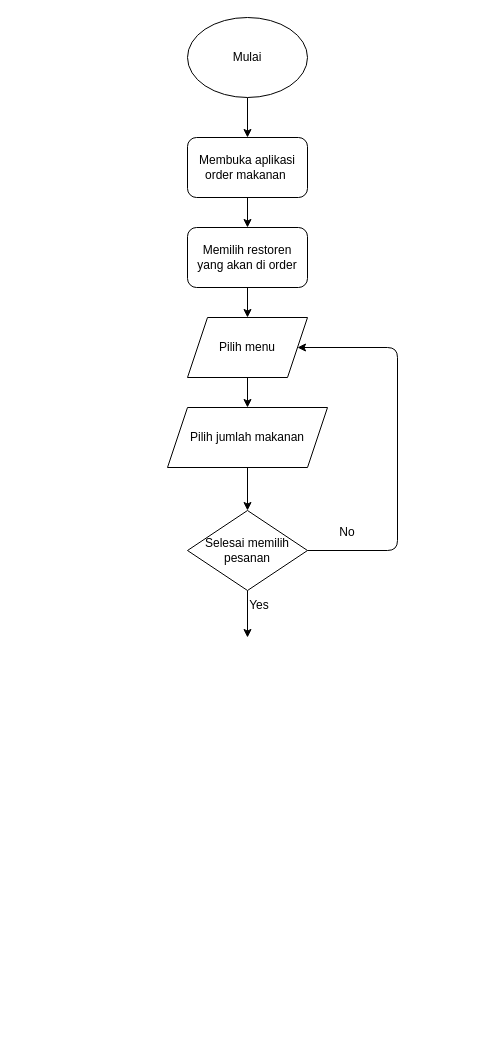
Earlier version of the draw.io diagram flowchart.drawio (rismanrhz/risma_nurhaliza-order_online_app). Source tidied: cells renumbered, new cells numbered last; positions are measured from the earlier drawing's top-left corner, leaving out a move shared by most shapes. Both pictures are drawn from the tidied source at 100%, with x=0, y=0 at pixel (167, 17).
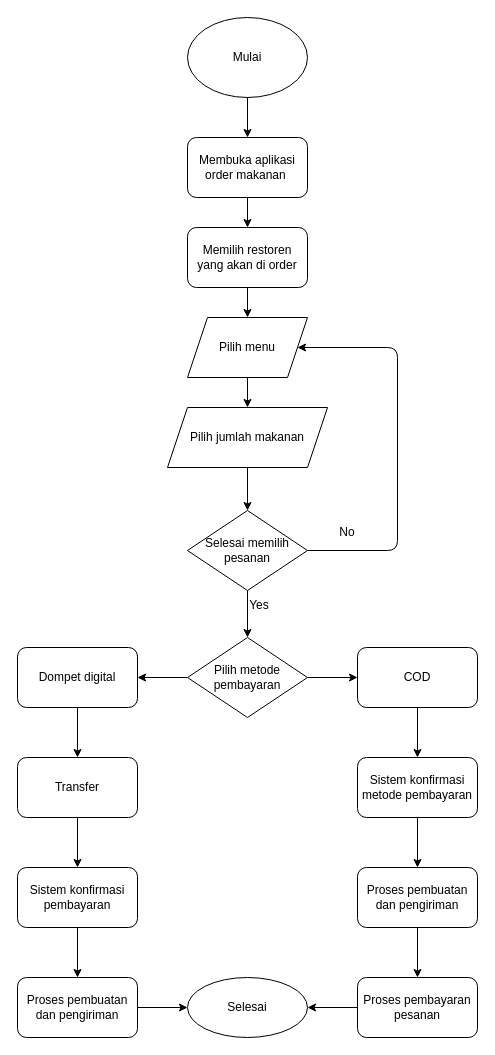
Above is the later version.

Commit message:
menambahkan proses pembayaran dan pengiriman

Unchanged cells that the change refers to:
```xml
<mxCell id="13" value="Selesai memilih pesanan" style="rhombus;whiteSpace=wrap;html=1;" parent="1" vertex="1">
  <mxGeometry x="20" y="493" width="120" height="80" as="geometry" />
</mxCell>
```

Change to the diagram source:
```diff
@@
-    <mxCell id="12" style="edgeStyle=none;html=1;" parent="1" edge="1" source="13">
-      <mxGeometry relative="1" as="geometry">
-        <mxPoint x="80" y="620" as="targetPoint" />
-      </mxGeometry>
+    <mxCell id="12" style="edgeStyle=none;html=1;" parent="1" edge="1" source="13" target="19">
+      <mxGeometry relative="1" as="geometry" />
     </mxCell>
@@
+    <mxCell id="17" style="edgeStyle=none;html=1;" parent="1" edge="1" source="19" target="21">
+      <mxGeometry relative="1" as="geometry" />
+    </mxCell>
+    <mxCell id="18" style="edgeStyle=none;html=1;" parent="1" edge="1" source="19" target="27">
+      <mxGeometry relative="1" as="geometry" />
+    </mxCell>
+    <mxCell id="19" value="Pilih metode pembayaran" style="rhombus;whiteSpace=wrap;html=1;" parent="1" vertex="1">
+      <mxGeometry x="20" y="620" width="120" height="80" as="geometry" />
+    </mxCell>
@@
+    <mxCell id="20" style="edgeStyle=none;html=1;" parent="1" edge="1" source="21" target="23">
+      <mxGeometry relative="1" as="geometry" />
+    </mxCell>
+    <mxCell id="21" value="Dompet digital" style="rounded=1;whiteSpace=wrap;html=1;" parent="1" vertex="1">
+      <mxGeometry x="-150" y="630" width="120" height="60" as="geometry" />
+    </mxCell>
+    <mxCell id="22" style="edgeStyle=none;html=1;" parent="1" edge="1" source="23" target="25">
+      <mxGeometry relative="1" as="geometry" />
+    </mxCell>
+    <mxCell id="23" value="Transfer" style="whiteSpace=wrap;html=1;rounded=1;" parent="1" vertex="1">
+      <mxGeometry x="-150" y="740" width="120" height="60" as="geometry" />
+    </mxCell>
+    <mxCell id="24" style="edgeStyle=none;html=1;" parent="1" edge="1" source="25" target="36">
+      <mxGeometry relative="1" as="geometry" />
+    </mxCell>
+    <mxCell id="25" value="Sistem konfirmasi pembayaran" style="whiteSpace=wrap;html=1;rounded=1;" parent="1" vertex="1">
+      <mxGeometry x="-150" y="850" width="120" height="60" as="geometry" />
+    </mxCell>
+    <mxCell id="26" style="edgeStyle=none;html=1;" parent="1" edge="1" source="27" target="29">
+      <mxGeometry relative="1" as="geometry" />
+    </mxCell>
+    <mxCell id="27" value="COD" style="rounded=1;whiteSpace=wrap;html=1;" parent="1" vertex="1">
+      <mxGeometry x="190" y="630" width="120" height="60" as="geometry" />
+    </mxCell>
+    <mxCell id="28" style="edgeStyle=none;html=1;" parent="1" edge="1" source="29" target="32">
+      <mxGeometry relative="1" as="geometry" />
+    </mxCell>
+    <mxCell id="29" value="Sistem konfirmasi metode pembayaran" style="rounded=1;whiteSpace=wrap;html=1;" parent="1" vertex="1">
+      <mxGeometry x="190" y="740" width="120" height="60" as="geometry" />
+    </mxCell>
+    <mxCell id="30" value="Selesai" style="ellipse;whiteSpace=wrap;html=1;rounded=1;" parent="1" vertex="1">
+      <mxGeometry x="20" y="960" width="120" height="60" as="geometry" />
+    </mxCell>
+    <mxCell id="31" style="edgeStyle=none;html=1;" parent="1" edge="1" source="32" target="34">
+      <mxGeometry relative="1" as="geometry" />
+    </mxCell>
+    <mxCell id="32" value="Proses pembuatan dan pengiriman" style="rounded=1;whiteSpace=wrap;html=1;" parent="1" vertex="1">
+      <mxGeometry x="190" y="850" width="120" height="60" as="geometry" />
+    </mxCell>
+    <mxCell id="33" style="edgeStyle=none;html=1;" parent="1" edge="1" source="34" target="30">
+      <mxGeometry relative="1" as="geometry" />
+    </mxCell>
+    <mxCell id="34" value="Proses pembayaran pesanan" style="rounded=1;whiteSpace=wrap;html=1;" parent="1" vertex="1">
+      <mxGeometry x="190" y="960" width="120" height="60" as="geometry" />
+    </mxCell>
+    <mxCell id="35" style="edgeStyle=none;html=1;" parent="1" edge="1" source="36" target="30">
+      <mxGeometry relative="1" as="geometry" />
+    </mxCell>
+    <mxCell id="36" value="&lt;span&gt;Proses pembuatan dan pengiriman&lt;/span&gt;" style="whiteSpace=wrap;html=1;rounded=1;" parent="1" vertex="1">
+      <mxGeometry x="-150" y="960" width="120" height="60" as="geometry" />
+    </mxCell>
```
